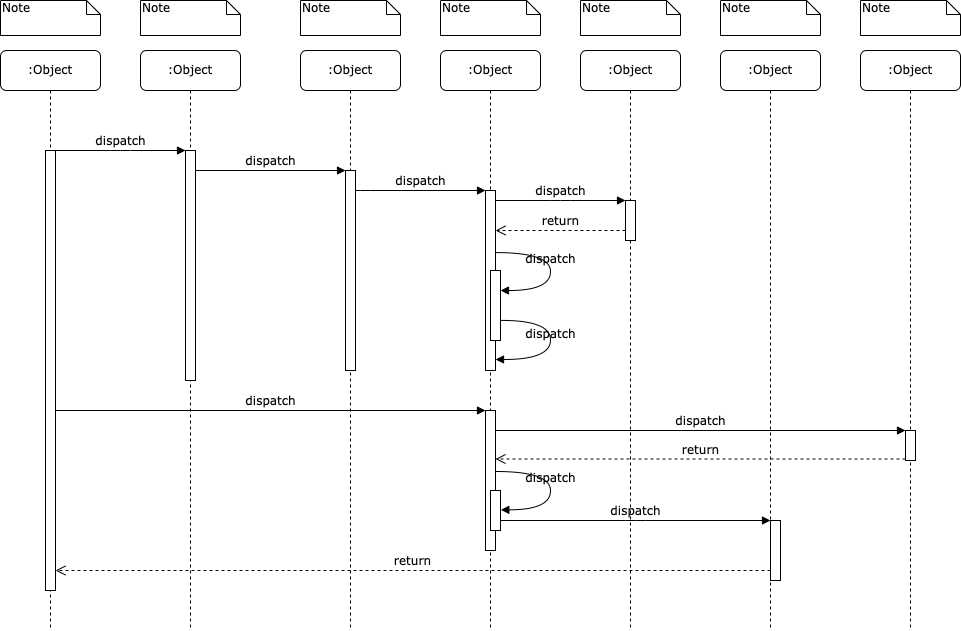
Above: диаграмма последовательности.drawio.png in shutenkovika/uml (draw.io), before the change. Source tidied: cells renumbered, new cells last; positions are measured from the earlier drawing's top-left corner, leaving out a move shared by most shapes.
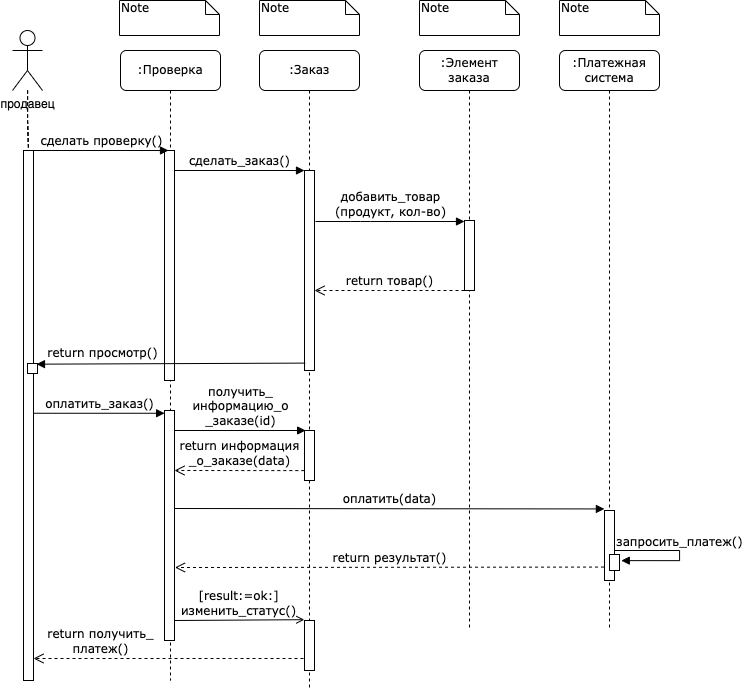
The same diagram one commit later.

Diff of the diagram source:
```diff
@@ -1,2 +1,2 @@
-<mxGraphModel>
+<mxGraphModel background="#ffffff">
   <root>
@@ -4,9 +4,77 @@
     <mxCell id="1" parent="0" />
+    <mxCell id="6" value=":Платежная система" style="shape=umlLifeline;perimeter=lifelinePerimeter;whiteSpace=wrap;html=1;rounded=1;shadow=0;comic=0;labelBackgroundColor=none;strokeWidth=1;fontFamily=Verdana;fontSize=12;align=center;" parent="1" vertex="1">
+      <mxGeometry x="440" y="50" width="100" height="580" as="geometry" />
+    </mxCell>
+    <mxCell id="39" style="html=1;points=[];perimeter=orthogonalPerimeter;rounded=0;shadow=0;comic=0;labelBackgroundColor=none;strokeWidth=1;fontFamily=Verdana;fontSize=12;align=center;" parent="6" vertex="1">
+      <mxGeometry x="45" y="460" width="10" height="70" as="geometry" />
+    </mxCell>
+    <mxCell id="40" style="html=1;points=[];perimeter=orthogonalPerimeter;rounded=0;shadow=0;comic=0;labelBackgroundColor=none;strokeWidth=1;fontFamily=Verdana;fontSize=12;align=center;" parent="6" vertex="1">
+      <mxGeometry x="50" y="504" width="10" height="16" as="geometry" />
+    </mxCell>
+    <mxCell id="10" value=":Проверка" style="shape=umlLifeline;perimeter=lifelinePerimeter;whiteSpace=wrap;html=1;rounded=1;shadow=0;comic=0;labelBackgroundColor=none;strokeWidth=1;fontFamily=Verdana;fontSize=12;align=center;" parent="1" vertex="1">
+      <mxGeometry x="1" y="50" width="100" height="630" as="geometry" />
+    </mxCell>
+    <mxCell id="11" style="html=1;points=[];perimeter=orthogonalPerimeter;rounded=0;shadow=0;comic=0;labelBackgroundColor=none;strokeWidth=1;fontFamily=Verdana;fontSize=12;align=center;" parent="10" vertex="1">
+      <mxGeometry x="-97" y="100" width="10" height="530" as="geometry" />
+    </mxCell>
+    <mxCell id="41" style="html=1;points=[];perimeter=orthogonalPerimeter;rounded=0;shadow=0;comic=0;labelBackgroundColor=none;strokeWidth=1;fontFamily=Verdana;fontSize=12;align=center;" parent="10" vertex="1">
+      <mxGeometry x="44" y="360" width="10" height="230" as="geometry" />
+    </mxCell>
+    <mxCell id="18" value="оплатить_заказ()" style="html=1;verticalAlign=bottom;endArrow=block;entryX=0.011;entryY=0.012;labelBackgroundColor=none;fontFamily=Verdana;fontSize=12;entryDx=0;entryDy=0;entryPerimeter=0;" parent="10" edge="1" source="11" target="41">
+      <mxGeometry relative="1" as="geometry" />
+    </mxCell>
+    <mxCell id="42" style="html=1;perimeter=orthogonalPerimeter;rounded=0;shadow=0;comic=0;labelBackgroundColor=none;strokeWidth=1;fontFamily=Verdana;fontSize=12;align=center;" parent="10" vertex="1">
+      <mxGeometry x="-93" y="313" width="10" height="10" as="geometry" />
+    </mxCell>
+    <mxCell id="43" value="получить_&lt;br&gt;информацию_о&lt;br&gt;_заказе(id)" style="html=1;verticalAlign=bottom;endArrow=block;entryX=0.011;entryY=0.012;labelBackgroundColor=none;fontFamily=Verdana;fontSize=12;entryDx=0;entryDy=0;entryPerimeter=0;" parent="10" edge="1">
+      <mxGeometry relative="1" as="geometry">
+        <mxPoint x="54" y="380" as="sourcePoint" />
+        <mxPoint x="185.1" y="380" as="targetPoint" />
+      </mxGeometry>
+    </mxCell>
+    <mxCell id="44" value="[result:=ok:]&lt;br&gt;изменить_статус()" style="html=1;verticalAlign=bottom;endArrow=none;endSize=8;labelBackgroundColor=none;fontFamily=Verdana;fontSize=12;edgeStyle=elbowEdgeStyle;elbow=vertical;exitX=-0.018;exitY=-0.016;exitDx=0;exitDy=0;exitPerimeter=0;startArrow=open;startFill=0;endFill=0;rounded=0;" parent="10" edge="1" source="55">
+      <mxGeometry x="-0.18" relative="1" as="geometry">
+        <mxPoint x="54" y="540" as="targetPoint" />
+        <Array as="points">
+          <mxPoint x="149" y="570" />
+          <mxPoint x="79" y="590" />
+          <mxPoint x="129" y="540" />
+          <mxPoint x="159" y="540" />
+        </Array>
+      </mxGeometry>
+    </mxCell>
-    <mxCell id="2" value=":Object" style="shape=umlLifeline;perimeter=lifelinePerimeter;whiteSpace=wrap;html=1;rounded=1;shadow=0;comic=0;labelBackgroundColor=none;strokeWidth=1;fontFamily=Verdana;fontSize=12;align=center;" parent="1" vertex="1">
-      <mxGeometry x="140" y="50" width="100" height="580" as="geometry" />
+    <mxCell id="2" value=":Заказ" style="shape=umlLifeline;perimeter=lifelinePerimeter;whiteSpace=wrap;html=1;rounded=1;shadow=0;comic=0;labelBackgroundColor=none;strokeWidth=1;fontFamily=Verdana;fontSize=12;align=center;" parent="1" vertex="1">
+      <mxGeometry x="140" y="50" width="100" height="640" as="geometry" />
     </mxCell>
-    <mxCell id="3" style="html=1;points=[];perimeter=orthogonalPerimeter;rounded=0;shadow=0;comic=0;labelBackgroundColor=none;strokeWidth=1;fontFamily=Verdana;fontSize=12;align=center;" parent="2" vertex="1">
-      <mxGeometry x="45" y="100" width="10" height="230" as="geometry" />
+    <mxCell id="3" style="html=1;points=[];perimeter=orthogonalPerimeter;rounded=0;shadow=0;comic=0;labelBackgroundColor=none;strokeWidth=1;fontFamily=Verdana;fontSize=12;align=center;fillColor=#FFFFFF;" parent="2" vertex="1">
+      <mxGeometry x="-95" y="100" width="10" height="230" as="geometry" />
     </mxCell>
+    <mxCell id="45" style="html=1;points=[];perimeter=orthogonalPerimeter;rounded=0;shadow=0;comic=0;labelBackgroundColor=none;strokeWidth=1;fontFamily=Verdana;fontSize=12;align=center;" parent="2" vertex="1">
+      <mxGeometry x="45" y="380" width="10" height="50" as="geometry" />
+    </mxCell>
+    <mxCell id="46" value="return информация&lt;br&gt;_о_заказе(data)" style="html=1;verticalAlign=bottom;endArrow=open;dashed=1;endSize=8;labelBackgroundColor=none;fontFamily=Verdana;fontSize=12;edgeStyle=elbowEdgeStyle;elbow=vertical;exitX=-0.016;exitY=0.802;exitDx=0;exitDy=0;exitPerimeter=0;rounded=0;" parent="2" edge="1" source="45">
+      <mxGeometry relative="1" as="geometry">
+        <mxPoint x="-85" y="420" as="targetPoint" />
+        <Array as="points">
+          <mxPoint x="-10" y="420" />
+          <mxPoint x="20" y="420" />
+        </Array>
+      </mxGeometry>
+    </mxCell>
+    <mxCell id="47" value="return результат()" style="html=1;verticalAlign=bottom;endArrow=open;dashed=1;endSize=8;labelBackgroundColor=none;fontFamily=Verdana;fontSize=12;edgeStyle=elbowEdgeStyle;elbow=vertical;exitX=-0.049;exitY=0.808;exitDx=0;exitDy=0;exitPerimeter=0;" parent="2" edge="1" source="39">
+      <mxGeometry relative="1" as="geometry">
+        <mxPoint x="-84.5" y="517.1" as="targetPoint" />
+        <Array as="points">
+          <mxPoint x="200" y="517" />
+          <mxPoint x="20.5" y="517.1" />
+        </Array>
+      </mxGeometry>
+    </mxCell>
+    <mxCell id="48" value="оплатить(data)" style="html=1;verticalAlign=bottom;endArrow=block;labelBackgroundColor=none;fontFamily=Verdana;fontSize=12;entryX=-0.011;entryY=-0.009;entryDx=0;entryDy=0;entryPerimeter=0;" parent="2" edge="1">
+      <mxGeometry relative="1" as="geometry">
+        <mxPoint x="-85" y="458" as="sourcePoint" />
+        <mxPoint x="344.9" y="458.4" as="targetPoint" />
+      </mxGeometry>
+    </mxCell>
-    <mxCell id="4" value=":Object" style="shape=umlLifeline;perimeter=lifelinePerimeter;whiteSpace=wrap;html=1;rounded=1;shadow=0;comic=0;labelBackgroundColor=none;strokeWidth=1;fontFamily=Verdana;fontSize=12;align=center;" parent="1" vertex="1">
+    <mxCell id="4" value=":Элемент заказа" style="shape=umlLifeline;perimeter=lifelinePerimeter;whiteSpace=wrap;html=1;rounded=1;shadow=0;comic=0;labelBackgroundColor=none;strokeWidth=1;fontFamily=Verdana;fontSize=12;align=center;" parent="1" vertex="1">
       <mxGeometry x="300" y="50" width="100" height="580" as="geometry" />
@@ -14,29 +82,19 @@
     <mxCell id="5" style="html=1;points=[];perimeter=orthogonalPerimeter;rounded=0;shadow=0;comic=0;labelBackgroundColor=none;strokeWidth=1;fontFamily=Verdana;fontSize=12;align=center;" parent="4" vertex="1">
-      <mxGeometry x="45" y="120" width="10" height="200" as="geometry" />
+      <mxGeometry x="-115" y="120" width="10" height="200" as="geometry" />
     </mxCell>
-    <mxCell id="6" value=":Object" style="shape=umlLifeline;perimeter=lifelinePerimeter;whiteSpace=wrap;html=1;rounded=1;shadow=0;comic=0;labelBackgroundColor=none;strokeWidth=1;fontFamily=Verdana;fontSize=12;align=center;" parent="1" vertex="1">
-      <mxGeometry x="440" y="50" width="100" height="580" as="geometry" />
-    </mxCell>
-    <mxCell id="7" value=":Object" style="shape=umlLifeline;perimeter=lifelinePerimeter;whiteSpace=wrap;html=1;rounded=1;shadow=0;comic=0;labelBackgroundColor=none;strokeWidth=1;fontFamily=Verdana;fontSize=12;align=center;" parent="1" vertex="1">
-      <mxGeometry x="580" y="50" width="100" height="580" as="geometry" />
-    </mxCell>
-    <mxCell id="8" value=":Object" style="shape=umlLifeline;perimeter=lifelinePerimeter;whiteSpace=wrap;html=1;rounded=1;shadow=0;comic=0;labelBackgroundColor=none;strokeWidth=1;fontFamily=Verdana;fontSize=12;align=center;" parent="1" vertex="1">
-      <mxGeometry x="720" y="50" width="100" height="580" as="geometry" />
-    </mxCell>
-    <mxCell id="9" value=":Object" style="shape=umlLifeline;perimeter=lifelinePerimeter;whiteSpace=wrap;html=1;rounded=1;shadow=0;comic=0;labelBackgroundColor=none;strokeWidth=1;fontFamily=Verdana;fontSize=12;align=center;" parent="1" vertex="1">
-      <mxGeometry x="860" y="50" width="100" height="580" as="geometry" />
-    </mxCell>
-    <mxCell id="10" value=":Object" style="shape=umlLifeline;perimeter=lifelinePerimeter;whiteSpace=wrap;html=1;rounded=1;shadow=0;comic=0;labelBackgroundColor=none;strokeWidth=1;fontFamily=Verdana;fontSize=12;align=center;" parent="1" vertex="1">
-      <mxGeometry y="50" width="100" height="580" as="geometry" />
-    </mxCell>
-    <mxCell id="11" style="html=1;points=[];perimeter=orthogonalPerimeter;rounded=0;shadow=0;comic=0;labelBackgroundColor=none;strokeWidth=1;fontFamily=Verdana;fontSize=12;align=center;" parent="10" vertex="1">
-      <mxGeometry x="45" y="100" width="10" height="440" as="geometry" />
-    </mxCell>
-    <mxCell id="12" style="html=1;points=[];perimeter=orthogonalPerimeter;rounded=0;shadow=0;comic=0;labelBackgroundColor=none;strokeWidth=1;fontFamily=Verdana;fontSize=12;align=center;" parent="1" vertex="1">
-      <mxGeometry x="485" y="190" width="10" height="180" as="geometry" />
-    </mxCell>
+    <mxCell id="49" value="return просмотр()" style="html=1;verticalAlign=bottom;endArrow=none;labelBackgroundColor=none;fontFamily=Verdana;fontSize=12;endFill=0;startArrow=block;startFill=1;entryX=0.069;entryY=0.963;entryDx=0;entryDy=0;entryPerimeter=0;" parent="4" edge="1" target="5">
+      <mxGeometry x="-0.51" y="1" relative="1" as="geometry">
+        <mxPoint x="-383" y="313.7" as="sourcePoint" />
+      </mxGeometry>
+    </mxCell>
+    <mxCell id="27" style="html=1;points=[];perimeter=orthogonalPerimeter;rounded=0;shadow=0;comic=0;labelBackgroundColor=none;strokeWidth=1;fontFamily=Verdana;fontSize=12;align=center;" parent="4" vertex="1">
+      <mxGeometry x="45" y="170" width="10" height="70" as="geometry" />
+    </mxCell>
-    <mxCell id="13" value="dispatch" style="html=1;verticalAlign=bottom;endArrow=block;labelBackgroundColor=none;fontFamily=Verdana;fontSize=12;edgeStyle=elbowEdgeStyle;elbow=vertical;" parent="1" edge="1" source="5" target="12">
+    <mxCell id="13" value="добавить_товар&lt;br&gt;(продукт, кол-во)" style="html=1;verticalAlign=bottom;endArrow=block;labelBackgroundColor=none;fontFamily=Verdana;fontSize=12;edgeStyle=elbowEdgeStyle;elbow=vertical;" parent="4" edge="1">
       <mxGeometry relative="1" as="geometry">
+        <mxPoint x="-104" y="171" as="sourcePoint" />
+        <mxPoint x="45" y="171" as="targetPoint" />
         <Array as="points">
-          <mxPoint x="360" y="190" />
+          <mxPoint x="-59" y="171" />
+          <mxPoint x="61" y="101" />
         </Array>
@@ -44,41 +102,9 @@
     </mxCell>
-    <mxCell id="14" style="html=1;points=[];perimeter=orthogonalPerimeter;rounded=0;shadow=0;comic=0;labelBackgroundColor=none;strokeWidth=1;fontFamily=Verdana;fontSize=12;align=center;" parent="1" vertex="1">
-      <mxGeometry x="625" y="200" width="10" height="40" as="geometry" />
-    </mxCell>
-    <mxCell id="15" value="dispatch" style="html=1;verticalAlign=bottom;endArrow=block;entryX=0;entryY=0;labelBackgroundColor=none;fontFamily=Verdana;fontSize=12;edgeStyle=elbowEdgeStyle;elbow=vertical;" parent="1" edge="1" source="12" target="14">
-      <mxGeometry relative="1" as="geometry" />
-    </mxCell>
-    <mxCell id="16" value="return" style="html=1;verticalAlign=bottom;endArrow=open;dashed=1;endSize=8;labelBackgroundColor=none;fontFamily=Verdana;fontSize=12;edgeStyle=elbowEdgeStyle;elbow=vertical;" parent="1" edge="1" source="14" target="12">
-      <mxGeometry relative="1" as="geometry">
-        <Array as="points">
-          <mxPoint x="570" y="230" />
-          <mxPoint x="600" y="230" />
-        </Array>
-      </mxGeometry>
-    </mxCell>
-    <mxCell id="17" style="html=1;points=[];perimeter=orthogonalPerimeter;rounded=0;shadow=0;comic=0;labelBackgroundColor=none;strokeWidth=1;fontFamily=Verdana;fontSize=12;align=center;" parent="1" vertex="1">
-      <mxGeometry x="485" y="410" width="10" height="140" as="geometry" />
-    </mxCell>
-    <mxCell id="18" value="dispatch" style="html=1;verticalAlign=bottom;endArrow=block;entryX=0;entryY=0;labelBackgroundColor=none;fontFamily=Verdana;fontSize=12;" parent="1" edge="1" source="11" target="17">
-      <mxGeometry relative="1" as="geometry" />
-    </mxCell>
-    <mxCell id="19" style="html=1;points=[];perimeter=orthogonalPerimeter;rounded=0;shadow=0;comic=0;labelBackgroundColor=none;strokeColor=#000000;strokeWidth=1;fillColor=#FFFFFF;fontFamily=Verdana;fontSize=12;fontColor=#000000;align=center;" parent="1" vertex="1">
-      <mxGeometry x="905" y="430" width="10" height="30" as="geometry" />
-    </mxCell>
-    <mxCell id="20" value="dispatch" style="html=1;verticalAlign=bottom;endArrow=block;entryX=0;entryY=0;labelBackgroundColor=none;fontFamily=Verdana;fontSize=12;" parent="1" edge="1" source="17" target="19">
-      <mxGeometry relative="1" as="geometry" />
-    </mxCell>
-    <mxCell id="21" value="return" style="html=1;verticalAlign=bottom;endArrow=open;dashed=1;endSize=8;exitX=0;exitY=0.95;labelBackgroundColor=none;fontFamily=Verdana;fontSize=12;" parent="1" edge="1" source="19" target="17">
-      <mxGeometry relative="1" as="geometry" />
-    </mxCell>
-    <mxCell id="22" style="html=1;points=[];perimeter=orthogonalPerimeter;rounded=0;shadow=0;comic=0;labelBackgroundColor=none;strokeWidth=1;fontFamily=Verdana;fontSize=12;align=center;" parent="1" vertex="1">
-      <mxGeometry x="770" y="520" width="10" height="60" as="geometry" />
-    </mxCell>
-    <mxCell id="23" value="dispatch" style="html=1;verticalAlign=bottom;endArrow=block;entryX=0;entryY=0;labelBackgroundColor=none;fontFamily=Verdana;fontSize=12;edgeStyle=elbowEdgeStyle;elbow=vertical;" parent="1" edge="1" source="30" target="22">
-      <mxGeometry relative="1" as="geometry" />
-    </mxCell>
-    <mxCell id="24" value="return" style="html=1;verticalAlign=bottom;endArrow=open;dashed=1;endSize=8;labelBackgroundColor=none;fontFamily=Verdana;fontSize=12;edgeStyle=elbowEdgeStyle;elbow=vertical;" parent="1" edge="1" source="22" target="11">
-      <mxGeometry relative="1" as="geometry">
+    <mxCell id="24" value="return получить_&lt;br&gt;платеж()" style="html=1;verticalAlign=bottom;endArrow=open;dashed=1;endSize=8;labelBackgroundColor=none;fontFamily=Verdana;fontSize=12;edgeStyle=elbowEdgeStyle;elbow=vertical;" parent="1" edge="1">
+      <mxGeometry x="0.52" relative="1" as="geometry">
+        <mxPoint x="190" y="658" as="sourcePoint" />
+        <mxPoint x="-86" y="658" as="targetPoint" />
         <Array as="points">
-          <mxPoint x="470" y="570" />
+          <mxPoint x="100" y="658" />
+          <mxPoint x="470" y="618" />
         </Array>
@@ -86,39 +112,19 @@
     </mxCell>
-    <mxCell id="25" value="dispatch" style="html=1;verticalAlign=bottom;endArrow=block;entryX=0;entryY=0;labelBackgroundColor=none;fontFamily=Verdana;fontSize=12;edgeStyle=elbowEdgeStyle;elbow=vertical;" parent="1" edge="1" source="11" target="3">
-      <mxGeometry relative="1" as="geometry" />
+    <mxCell id="25" value="сделать проверку()" style="html=1;verticalAlign=bottom;endArrow=block;entryX=0;entryY=0;labelBackgroundColor=none;fontFamily=Verdana;fontSize=12;edgeStyle=elbowEdgeStyle;elbow=vertical;" parent="1" edge="1">
+      <mxGeometry relative="1" as="geometry">
+        <mxPoint x="-86" y="150" as="sourcePoint" />
+        <mxPoint x="49" y="150" as="targetPoint" />
+      </mxGeometry>
     </mxCell>
-    <mxCell id="26" value="dispatch" style="html=1;verticalAlign=bottom;endArrow=block;entryX=0;entryY=0;labelBackgroundColor=none;fontFamily=Verdana;fontSize=12;edgeStyle=elbowEdgeStyle;elbow=vertical;" parent="1" edge="1" source="3" target="5">
+    <mxCell id="26" value="сделать_заказ()" style="html=1;verticalAlign=bottom;endArrow=block;entryX=0;entryY=0;labelBackgroundColor=none;fontFamily=Verdana;fontSize=12;edgeStyle=elbowEdgeStyle;elbow=vertical;" parent="1" edge="1" source="3" target="5">
       <mxGeometry relative="1" as="geometry" />
     </mxCell>
-    <mxCell id="27" style="html=1;points=[];perimeter=orthogonalPerimeter;rounded=0;shadow=0;comic=0;labelBackgroundColor=none;strokeWidth=1;fontFamily=Verdana;fontSize=12;align=center;" parent="1" vertex="1">
-      <mxGeometry x="490" y="270" width="10" height="70" as="geometry" />
-    </mxCell>
-    <mxCell id="28" value="dispatch" style="html=1;verticalAlign=bottom;endArrow=block;labelBackgroundColor=none;fontFamily=Verdana;fontSize=12;elbow=vertical;edgeStyle=orthogonalEdgeStyle;curved=1;entryX=1;entryY=0.286;entryPerimeter=0;exitX=1.038;exitY=0.345;exitPerimeter=0;" parent="1" edge="1" source="12" target="27">
-      <mxGeometry relative="1" as="geometry">
-        <Array as="points">
-          <mxPoint x="550" y="252" />
-          <mxPoint x="550" y="290" />
-        </Array>
-      </mxGeometry>
-    </mxCell>
-    <mxCell id="29" value="dispatch" style="html=1;verticalAlign=bottom;endArrow=block;labelBackgroundColor=none;fontFamily=Verdana;fontSize=12;elbow=vertical;edgeStyle=orthogonalEdgeStyle;curved=1;exitX=1.066;exitY=0.713;exitPerimeter=0;" parent="1" edge="1" source="27">
-      <mxGeometry relative="1" as="geometry">
-        <mxPoint x="495" y="359" as="targetPoint" />
-        <Array as="points">
-          <mxPoint x="550" y="320" />
-          <mxPoint x="550" y="359" />
-        </Array>
-      </mxGeometry>
-    </mxCell>
-    <mxCell id="30" style="html=1;points=[];perimeter=orthogonalPerimeter;rounded=0;shadow=0;comic=0;labelBackgroundColor=none;strokeWidth=1;fontFamily=Verdana;fontSize=12;align=center;" parent="1" vertex="1">
-      <mxGeometry x="490" y="490" width="10" height="40" as="geometry" />
-    </mxCell>
-    <mxCell id="31" value="dispatch" style="html=1;verticalAlign=bottom;endArrow=block;labelBackgroundColor=none;fontFamily=Verdana;fontSize=12;elbow=vertical;edgeStyle=orthogonalEdgeStyle;curved=1;entryX=1;entryY=0.286;entryPerimeter=0;exitX=1.038;exitY=0.345;exitPerimeter=0;" parent="1" edge="1">
-      <mxGeometry relative="1" as="geometry">
-        <mxPoint x="495.3" y="471" as="sourcePoint" />
-        <mxPoint x="500.3" y="509.3" as="targetPoint" />
+    <mxCell id="31" value="запросить_платеж()" style="html=1;verticalAlign=bottom;endArrow=block;labelBackgroundColor=none;fontFamily=Verdana;fontSize=12;elbow=vertical;exitX=1.038;exitY=0.345;exitPerimeter=0;edgeStyle=orthogonalEdgeStyle;rounded=0;entryX=1.179;entryY=0.382;entryDx=0;entryDy=0;entryPerimeter=0;" parent="1" edge="1" target="40">
+      <mxGeometry x="-0.02" relative="1" as="geometry">
+        <mxPoint x="495" y="550" as="sourcePoint" />
         <Array as="points">
-          <mxPoint x="550" y="471" />
-          <mxPoint x="550" y="509" />
+          <mxPoint x="560" y="550" />
+          <mxPoint x="560" y="560" />
         </Array>
+        <mxPoint y="1" as="offset" />
       </mxGeometry>
@@ -137,11 +143,27 @@
     </mxCell>
-    <mxCell id="36" value="Note" style="shape=note;whiteSpace=wrap;html=1;size=14;verticalAlign=top;align=left;spacingTop=-6;rounded=0;shadow=0;comic=0;labelBackgroundColor=none;strokeWidth=1;fontFamily=Verdana;fontSize=12;" parent="1" vertex="1">
-      <mxGeometry x="580" width="100" height="35" as="geometry" />
-    </mxCell>
-    <mxCell id="37" value="Note" style="shape=note;whiteSpace=wrap;html=1;size=14;verticalAlign=top;align=left;spacingTop=-6;rounded=0;shadow=0;comic=0;labelBackgroundColor=none;strokeWidth=1;fontFamily=Verdana;fontSize=12;" parent="1" vertex="1">
-      <mxGeometry x="720" width="100" height="35" as="geometry" />
-    </mxCell>
-    <mxCell id="38" value="Note" style="shape=note;whiteSpace=wrap;html=1;size=14;verticalAlign=top;align=left;spacingTop=-6;rounded=0;shadow=0;comic=0;labelBackgroundColor=none;strokeWidth=1;fontFamily=Verdana;fontSize=12;" parent="1" vertex="1">
-      <mxGeometry x="860" width="100" height="35" as="geometry" />
-    </mxCell>
+    <mxCell id="50" value="return товар()" style="html=1;verticalAlign=bottom;endArrow=open;dashed=1;endSize=8;labelBackgroundColor=none;fontFamily=Verdana;fontSize=12;edgeStyle=elbowEdgeStyle;elbow=vertical;" parent="1" edge="1">
+      <mxGeometry relative="1" as="geometry">
+        <mxPoint x="345" y="290" as="sourcePoint" />
+        <mxPoint x="195" y="290" as="targetPoint" />
+        <Array as="points">
+          <mxPoint x="270" y="290" />
+          <mxPoint x="300" y="290" />
+        </Array>
+      </mxGeometry>
+    </mxCell>
+    <mxCell id="51" style="edgeStyle=orthogonalEdgeStyle;rounded=0;jettySize=auto;html=1;entryX=0.5;entryY=0;entryDx=0;entryDy=0;entryPerimeter=0;startArrow=none;startFill=0;endArrow=none;endFill=0;dashed=1;" parent="1" edge="1" source="54" target="11">
+      <mxGeometry relative="1" as="geometry" />
+    </mxCell>
+    <mxCell id="52" style="edgeStyle=orthogonalEdgeStyle;rounded=0;jettySize=auto;html=1;dashed=1;startArrow=none;startFill=0;endArrow=none;endFill=0;" parent="1" edge="1" source="54" target="11">
+      <mxGeometry relative="1" as="geometry" />
+    </mxCell>
+    <mxCell id="53" style="edgeStyle=orthogonalEdgeStyle;rounded=0;jettySize=auto;html=1;dashed=1;startArrow=none;startFill=0;endArrow=none;endFill=0;" parent="1" edge="1" source="54" target="11">
+      <mxGeometry relative="1" as="geometry" />
+    </mxCell>
+    <mxCell id="54" value="продавец" style="shape=umlActor;verticalLabelPosition=bottom;verticalAlign=top;html=1;outlineConnect=0;" parent="1" vertex="1">
+      <mxGeometry x="-107" y="30" width="30" height="60" as="geometry" />
+    </mxCell>
+    <mxCell id="55" style="html=1;points=[];perimeter=orthogonalPerimeter;rounded=0;shadow=0;comic=0;labelBackgroundColor=none;strokeWidth=1;fontFamily=Verdana;fontSize=12;align=center;" parent="1" vertex="1">
+      <mxGeometry x="185" y="620" width="10" height="50" as="geometry" />
+    </mxCell>
   </root>
```
